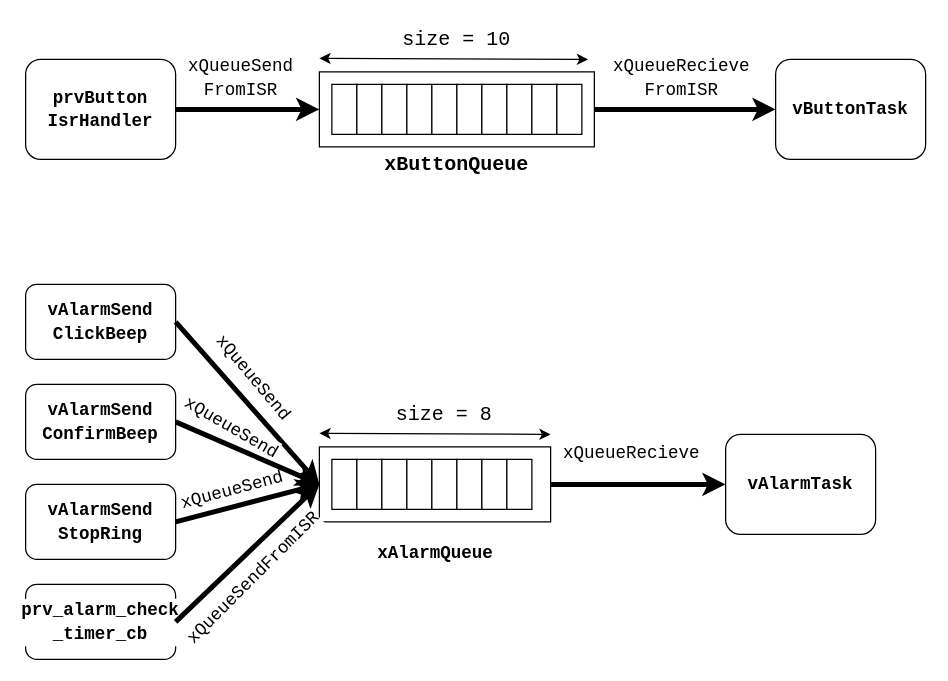
This is page "Queue" (13 of 17) of UML.drawio from 106210049/CK_RTOS, a draw.io file, before an edit. Source tidied: cells renumbered, new cells numbered last; positions are measured from the earlier drawing's top-left corner, leaving out a move shared by most shapes. Both pictures are drawn from the tidied source at 125%, with x=0, y=0 at pixel (25, 21).
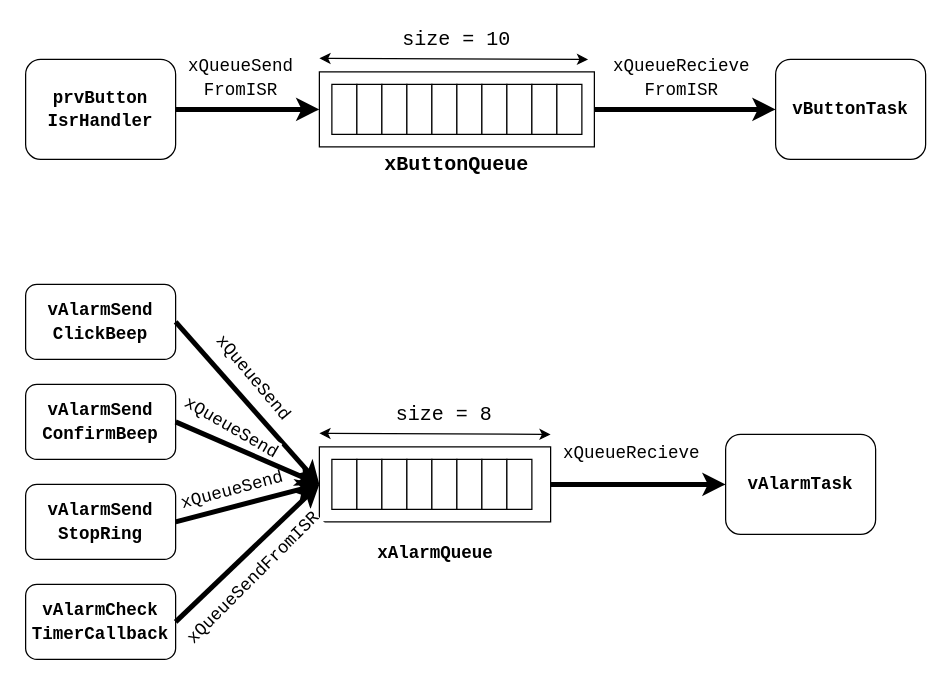
Above is the later version.

What changed in the source:
```diff
@@
-    <mxCell id="43" value="&lt;div style=&quot;background-color: rgb(255, 255, 255); font-family: Consolas, &amp;quot;Courier New&amp;quot;, monospace; font-size: 14px; line-height: 19px; white-space: pre;&quot;&gt;&lt;div style=&quot;line-height: 19px;&quot;&gt;&lt;div style=&quot;line-height: 19px;&quot;&gt;&lt;div style=&quot;line-height: 19px;&quot;&gt;&lt;font style=&quot;color: rgb(0, 0, 0);&quot;&gt;&lt;b&gt;prv_alarm_check&lt;/b&gt;&lt;/font&gt;&lt;/div&gt;&lt;div style=&quot;line-height: 19px;&quot;&gt;&lt;font style=&quot;color: rgb(0, 0, 0);&quot;&gt;&lt;b&gt;_timer_cb&lt;/b&gt;&lt;/font&gt;&lt;/div&gt;&lt;/div&gt;&lt;/div&gt;&lt;/div&gt;" style="rounded=1;whiteSpace=wrap;html=1;" parent="1" vertex="1">
+    <mxCell id="43" value="&lt;div style=&quot;background-color: rgb(255, 255, 255); font-family: Consolas, &amp;quot;Courier New&amp;quot;, monospace; font-size: 14px; line-height: 19px; white-space: pre;&quot;&gt;&lt;div style=&quot;line-height: 19px;&quot;&gt;&lt;div style=&quot;line-height: 19px;&quot;&gt;&lt;div style=&quot;line-height: 19px;&quot;&gt;&lt;div style=&quot;line-height: 19px;&quot;&gt;&lt;font style=&quot;color: rgb(0, 0, 0);&quot;&gt;&lt;b&gt;vAlarmCheck&lt;/b&gt;&lt;/font&gt;&lt;/div&gt;&lt;div style=&quot;line-height: 19px;&quot;&gt;&lt;font style=&quot;color: rgb(0, 0, 0);&quot;&gt;&lt;b&gt;TimerCallback&lt;/b&gt;&lt;/font&gt;&lt;/div&gt;&lt;/div&gt;&lt;/div&gt;&lt;/div&gt;&lt;/div&gt;" style="rounded=1;whiteSpace=wrap;html=1;" parent="1" vertex="1">
       <mxGeometry y="450" width="120" height="60" as="geometry" />
     </mxCell>
```
